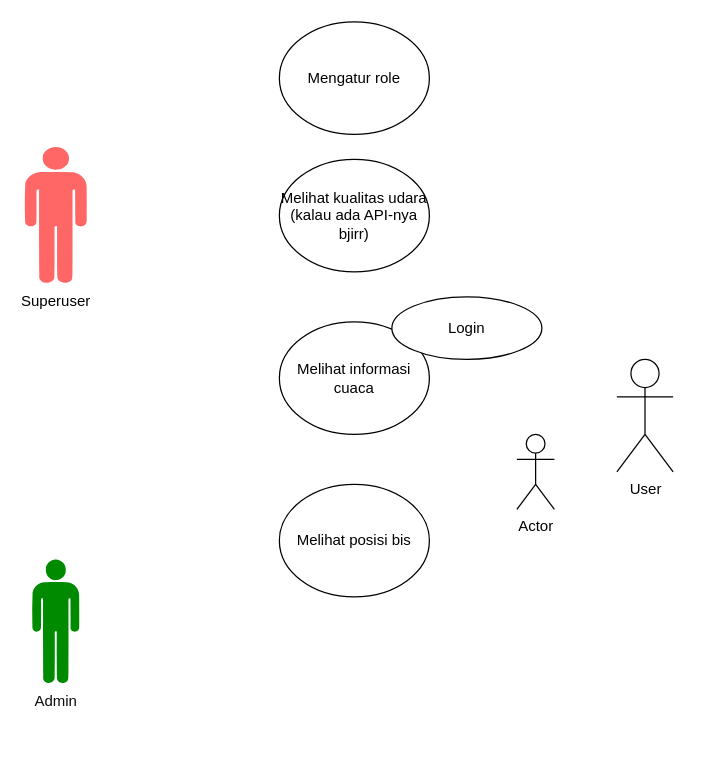
Before: Use Case Diagram.drawio in ahmadzakiakmal/Gama-CommuteCast, a draw.io diagram. Source tidied: cells renumbered, new cells numbered last; positions are measured from the earlier drawing's top-left corner, leaving out a move shared by most shapes. Both pictures are drawn from the tidied source at 125%, with x=0, y=0 at pixel (24, 21).
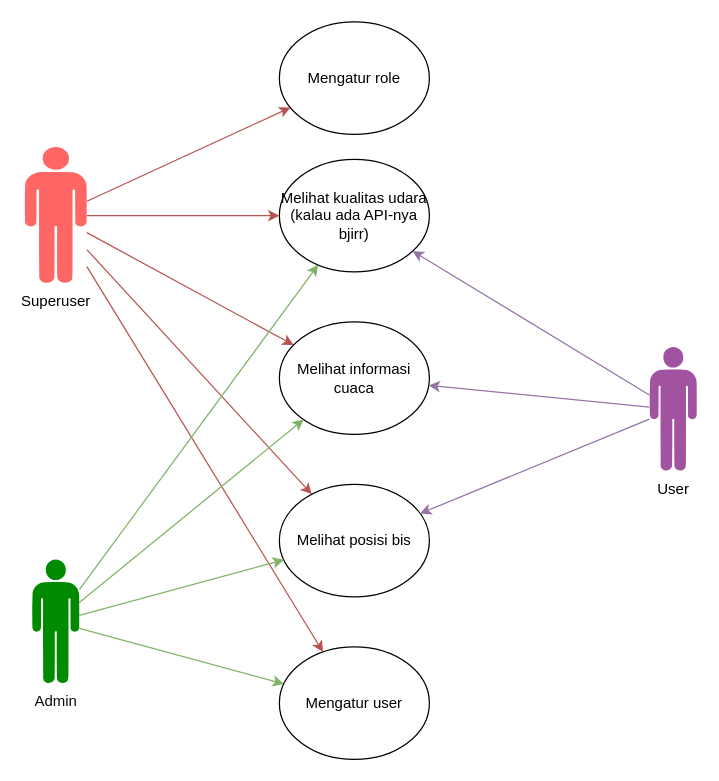
Above is the later version.

Commit message:
feat: done Use Case Diagram

Unchanged cells that the change refers to:
```xml
<mxCell id="3" value="Superuser" style="verticalLabelPosition=bottom;sketch=0;html=1;fillColor=#FF6666;verticalAlign=top;align=center;shape=mxgraph.cisco_safe.design.actor_2;" parent="1" vertex="1">
  <mxGeometry y="100" width="50" height="110" as="geometry" />
</mxCell>
<mxCell id="4" value="Melihat informasi cuaca" style="ellipse;whiteSpace=wrap;html=1;" parent="1" vertex="1">
  <mxGeometry x="204" y="240" width="120" height="90" as="geometry" />
</mxCell>
<mxCell id="5" value="Melihat posisi bis" style="ellipse;whiteSpace=wrap;html=1;" parent="1" vertex="1">
  <mxGeometry x="204" y="370" width="120" height="90" as="geometry" />
</mxCell>
<mxCell id="6" value="&lt;font color=&quot;#0d0c0d&quot;&gt;Admin&lt;/font&gt;" style="verticalLabelPosition=bottom;sketch=0;html=1;fillColor=#008a00;verticalAlign=top;align=center;shape=mxgraph.cisco_safe.design.actor_2;strokeColor=#005700;fontColor=#ffffff;" parent="1" vertex="1">
  <mxGeometry x="6" y="430" width="38" height="100" as="geometry" />
</mxCell>
<mxCell id="7" value="Melihat kualitas udara (kalau ada API-nya bjirr)" style="ellipse;whiteSpace=wrap;html=1;" parent="1" vertex="1">
  <mxGeometry x="204" y="110" width="120" height="90" as="geometry" />
</mxCell>
<mxCell id="8" value="Mengatur role" style="ellipse;whiteSpace=wrap;html=1;" parent="1" vertex="1">
  <mxGeometry x="204" width="120" height="90" as="geometry" />
</mxCell>
```

The edit, as a diff of the source:
```diff
@@
-    <mxCell id="2" value="User" style="shape=umlActor;verticalLabelPosition=bottom;verticalAlign=top;html=1;outlineConnect=0;" parent="1" vertex="1">
-      <mxGeometry x="474" y="270" width="45" height="90" as="geometry" />
-    </mxCell>
+    <mxCell id="11" style="rounded=0;jettySize=auto;html=1;fillColor=#f8cecc;strokeColor=#b85450;" parent="1" edge="1" source="3" target="8">
+      <mxGeometry relative="1" as="geometry" />
+    </mxCell>
+    <mxCell id="12" style="edgeStyle=orthogonalEdgeStyle;rounded=0;jettySize=auto;html=1;fillColor=#f8cecc;strokeColor=#b85450;" parent="1" edge="1" source="3" target="7">
+      <mxGeometry relative="1" as="geometry" />
+    </mxCell>
+    <mxCell id="13" style="rounded=0;jettySize=auto;html=1;fillColor=#f8cecc;strokeColor=#b85450;" parent="1" edge="1" source="3" target="4">
+      <mxGeometry relative="1" as="geometry" />
+    </mxCell>
+    <mxCell id="14" style="rounded=0;jettySize=auto;html=1;fillColor=#f8cecc;strokeColor=#b85450;" parent="1" edge="1" source="3" target="5">
+      <mxGeometry relative="1" as="geometry" />
+    </mxCell>
+    <mxCell id="15" style="rounded=0;jettySize=auto;html=1;fillColor=#f8cecc;strokeColor=#b85450;" parent="1" edge="1" source="3" target="20">
+      <mxGeometry relative="1" as="geometry" />
+    </mxCell>
@@
+    <mxCell id="16" style="rounded=0;jettySize=auto;html=1;fillColor=#d5e8d4;strokeColor=#82b366;" parent="1" edge="1" source="6" target="20">
+      <mxGeometry relative="1" as="geometry" />
+    </mxCell>
+    <mxCell id="17" style="rounded=0;jettySize=auto;html=1;fillColor=#d5e8d4;strokeColor=#82b366;" parent="1" edge="1" source="6" target="5">
+      <mxGeometry relative="1" as="geometry" />
+    </mxCell>
+    <mxCell id="18" style="rounded=0;jettySize=auto;html=1;fillColor=#d5e8d4;strokeColor=#82b366;" parent="1" edge="1" source="6" target="4">
+      <mxGeometry relative="1" as="geometry" />
+    </mxCell>
+    <mxCell id="19" style="rounded=0;jettySize=auto;html=1;fillColor=#d5e8d4;strokeColor=#82b366;" parent="1" edge="1" source="6" target="7">
+      <mxGeometry relative="1" as="geometry" />
+    </mxCell>
@@
-    <mxCell id="9" value="Actor" style="shape=umlActor;verticalLabelPosition=bottom;verticalAlign=top;html=1;" parent="1" vertex="1">
-      <mxGeometry x="394" y="330" width="30" height="60" as="geometry" />
-    </mxCell>
-    <mxCell id="10" value="Login" style="ellipse;whiteSpace=wrap;html=1;" parent="1" vertex="1">
-      <mxGeometry x="294" y="220" width="120" height="50" as="geometry" />
-    </mxCell>
+    <mxCell id="20" value="Mengatur user" style="ellipse;whiteSpace=wrap;html=1;" parent="1" vertex="1">
+      <mxGeometry x="204" y="500" width="120" height="90" as="geometry" />
+    </mxCell>
+    <mxCell id="21" style="rounded=0;jettySize=auto;html=1;fillColor=#e1d5e7;strokeColor=#9673a6;" parent="1" edge="1" source="2" target="4">
+      <mxGeometry relative="1" as="geometry" />
+    </mxCell>
+    <mxCell id="22" style="rounded=0;jettySize=auto;html=1;fillColor=#e1d5e7;strokeColor=#9673a6;" parent="1" edge="1" source="2" target="7">
+      <mxGeometry relative="1" as="geometry" />
+    </mxCell>
+    <mxCell id="23" style="rounded=0;jettySize=auto;html=1;fillColor=#e1d5e7;strokeColor=#9673a6;" parent="1" edge="1" source="2" target="5">
+      <mxGeometry relative="1" as="geometry" />
+    </mxCell>
+    <mxCell id="2" value="User" style="verticalLabelPosition=bottom;sketch=0;html=1;fillColor=#A153A0;verticalAlign=top;align=center;shape=mxgraph.cisco_safe.design.actor_2;" parent="1" vertex="1">
+      <mxGeometry x="500" y="260" width="38" height="100" as="geometry" />
+    </mxCell>
```
